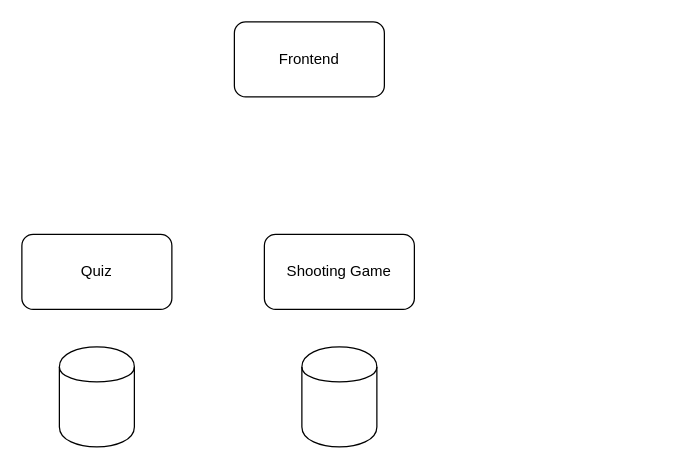
Earlier version of the draw.io diagram ase_architecture.drawio (org-uzh-ase/org.uzh.ase.quiz). Source tidied: cells renumbered, new cells numbered last; positions are measured from the earlier drawing's top-left corner, leaving out a move shared by most shapes. Both pictures are drawn from the tidied source at 125%, with x=0, y=0 at pixel (21, 21).
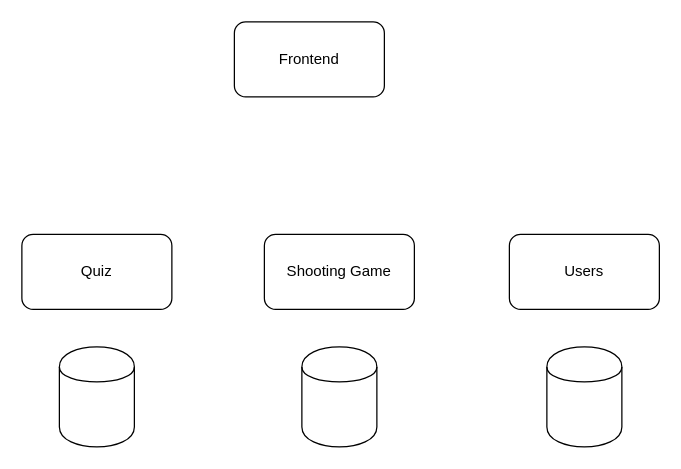
Above is the later version.

Commit message:
add user microservice

Change to the diagram source:
```diff
@@
 <mxGraphModel>
   <root>
     <mxCell id="0" />
     <mxCell id="1" parent="0" />
     <mxCell id="2" value="Frontend" style="rounded=1;whiteSpace=wrap;html=1;" parent="1" vertex="1">
       <mxGeometry x="170" width="120" height="60" as="geometry" />
     </mxCell>
     <mxCell id="3" value="Quiz" style="rounded=1;whiteSpace=wrap;html=1;" parent="1" vertex="1">
       <mxGeometry y="170" width="120" height="60" as="geometry" />
     </mxCell>
     <mxCell id="4" style="shape=cylinder;whiteSpace=wrap;html=1;boundedLbl=1;backgroundOutline=1;" parent="1" vertex="1">
       <mxGeometry x="30" y="260" width="60" height="80" as="geometry" />
     </mxCell>
     <mxCell id="5" value="Shooting Game" style="rounded=1;whiteSpace=wrap;html=1;" parent="1" vertex="1">
       <mxGeometry x="194" y="170" width="120" height="60" as="geometry" />
     </mxCell>
     <mxCell id="6" style="shape=cylinder;whiteSpace=wrap;html=1;boundedLbl=1;backgroundOutline=1;" parent="1" vertex="1">
       <mxGeometry x="224" y="260" width="60" height="80" as="geometry" />
     </mxCell>
+    <mxCell id="7" value="Users" style="rounded=1;whiteSpace=wrap;html=1;" parent="1" vertex="1">
+      <mxGeometry x="390" y="170" width="120" height="60" as="geometry" />
+    </mxCell>
+    <mxCell id="8" style="shape=cylinder;whiteSpace=wrap;html=1;boundedLbl=1;backgroundOutline=1;" parent="1" vertex="1">
+      <mxGeometry x="420" y="260" width="60" height="80" as="geometry" />
+    </mxCell>
   </root>
 </mxGraphModel>
```
